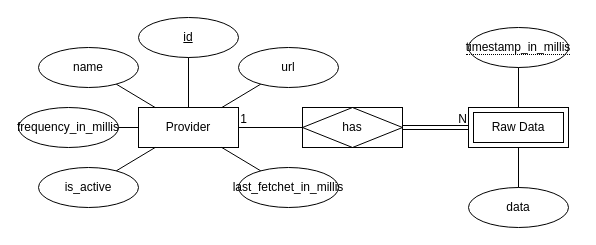
Earlier version of the draw.io diagram page "ER" (1 of 2) of docs/ER_Diagram_fetcher.drawio (AGU-Data-System/Dynamic-Fetching-Scheduler). Source tidied: cells renumbered, new cells numbered last; positions are measured from the earlier drawing's top-left corner, leaving out a move shared by most shapes. Both pictures are drawn from the tidied source at 100%, with x=0, y=0 at pixel (18, 17).
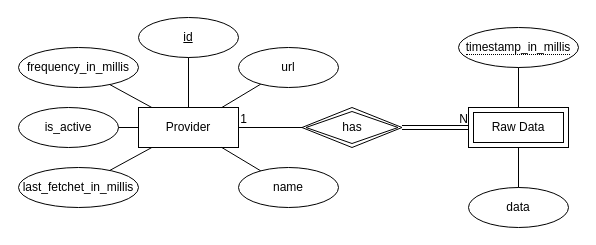
The same page after the edit.

What changed in the source:
```diff
@@
     <mxCell id="4" value="name" style="ellipse;whiteSpace=wrap;html=1;align=center;" parent="1" vertex="1">
-      <mxGeometry x="20" y="30" width="100" height="40" as="geometry" />
+      <mxGeometry x="220" y="150" width="100" height="40" as="geometry" />
     </mxCell>
@@
     <mxCell id="6" value="frequency_in_millis" style="ellipse;whiteSpace=wrap;html=1;align=center;" parent="1" vertex="1">
-      <mxGeometry y="90" width="100" height="40" as="geometry" />
+      <mxGeometry y="30" width="120" height="40" as="geometry" />
     </mxCell>
     <mxCell id="7" value="last_fetchet_in_millis" style="ellipse;whiteSpace=wrap;html=1;align=center;" parent="1" vertex="1">
-      <mxGeometry x="220" y="150" width="100" height="40" as="geometry" />
+      <mxGeometry y="150" width="120" height="40" as="geometry" />
     </mxCell>
     <mxCell id="8" value="is_active" style="ellipse;whiteSpace=wrap;html=1;align=center;" parent="1" vertex="1">
-      <mxGeometry x="20" y="150" width="100" height="40" as="geometry" />
+      <mxGeometry y="90" width="100" height="40" as="geometry" />
     </mxCell>
@@
-    <mxCell id="10" value="has" style="shape=associativeEntity;whiteSpace=wrap;html=1;align=center;" parent="1" vertex="1">
-      <mxGeometry x="284" y="90" width="100" height="40" as="geometry" />
-    </mxCell>
     <mxCell id="11" value="&lt;span style=&quot;border-bottom: 1px dotted&quot;&gt;timestamp_in_millis&lt;/span&gt;" style="ellipse;whiteSpace=wrap;html=1;align=center;" parent="1" vertex="1">
-      <mxGeometry x="450" y="10" width="100" height="40" as="geometry" />
+      <mxGeometry x="440" y="10" width="120" height="40" as="geometry" />
     </mxCell>
@@
+    <mxCell id="10" value="has" style="shape=rhombus;double=1;perimeter=rhombusPerimeter;whiteSpace=wrap;html=1;align=center;" parent="1" vertex="1">
+      <mxGeometry x="283.5" y="90" width="100" height="40" as="geometry" />
+    </mxCell>
```
